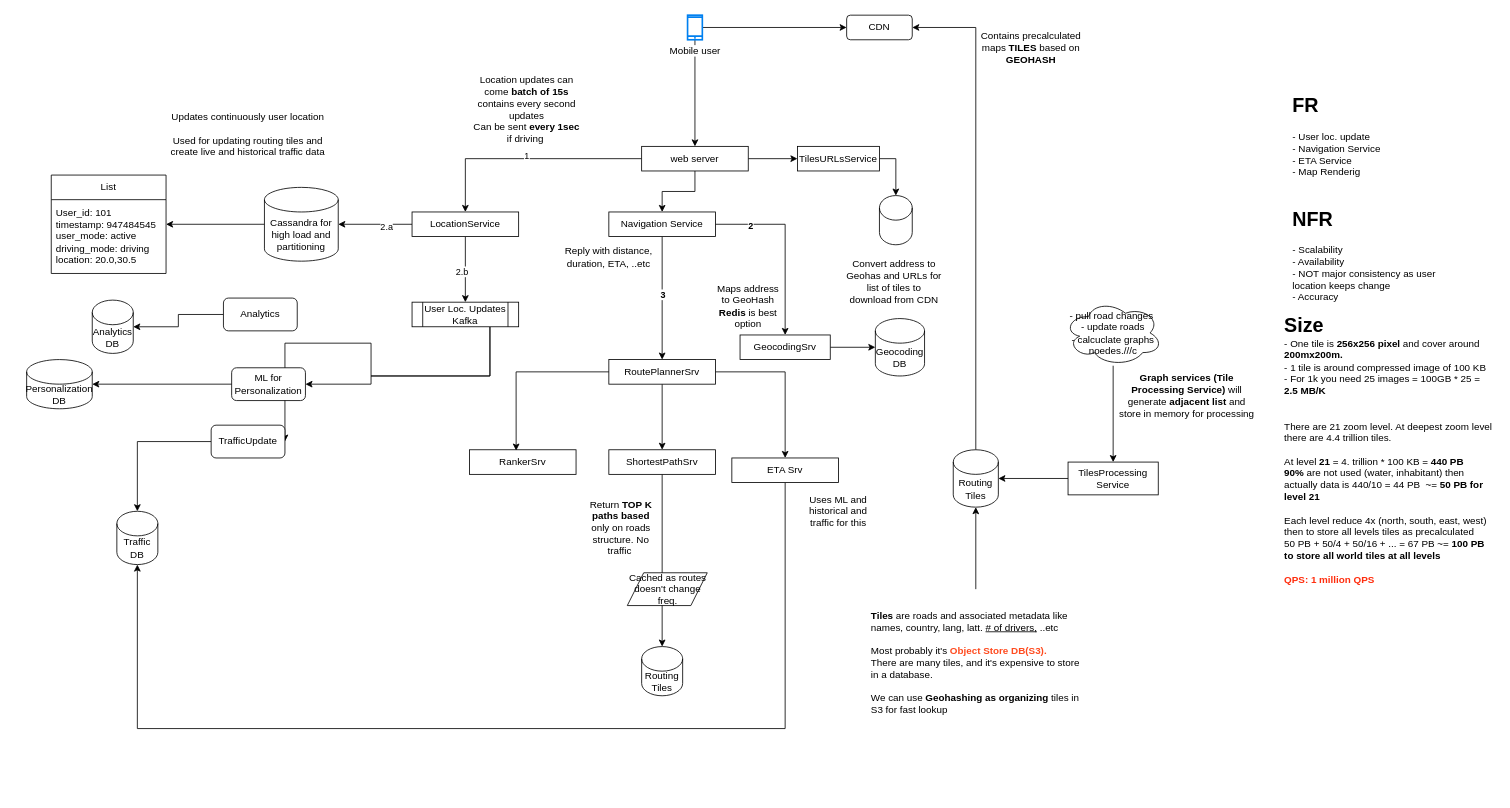
Above: GoogleMaps.drawio in aismail2008/systemdesign (draw.io), before the change. Source tidied: cells renumbered, new cells numbered last; positions are measured from the earlier drawing's top-left corner, leaving out a move shared by most shapes. Both pictures are drawn from the tidied source at 82%, with x=0, y=0 at pixel (26, 15).
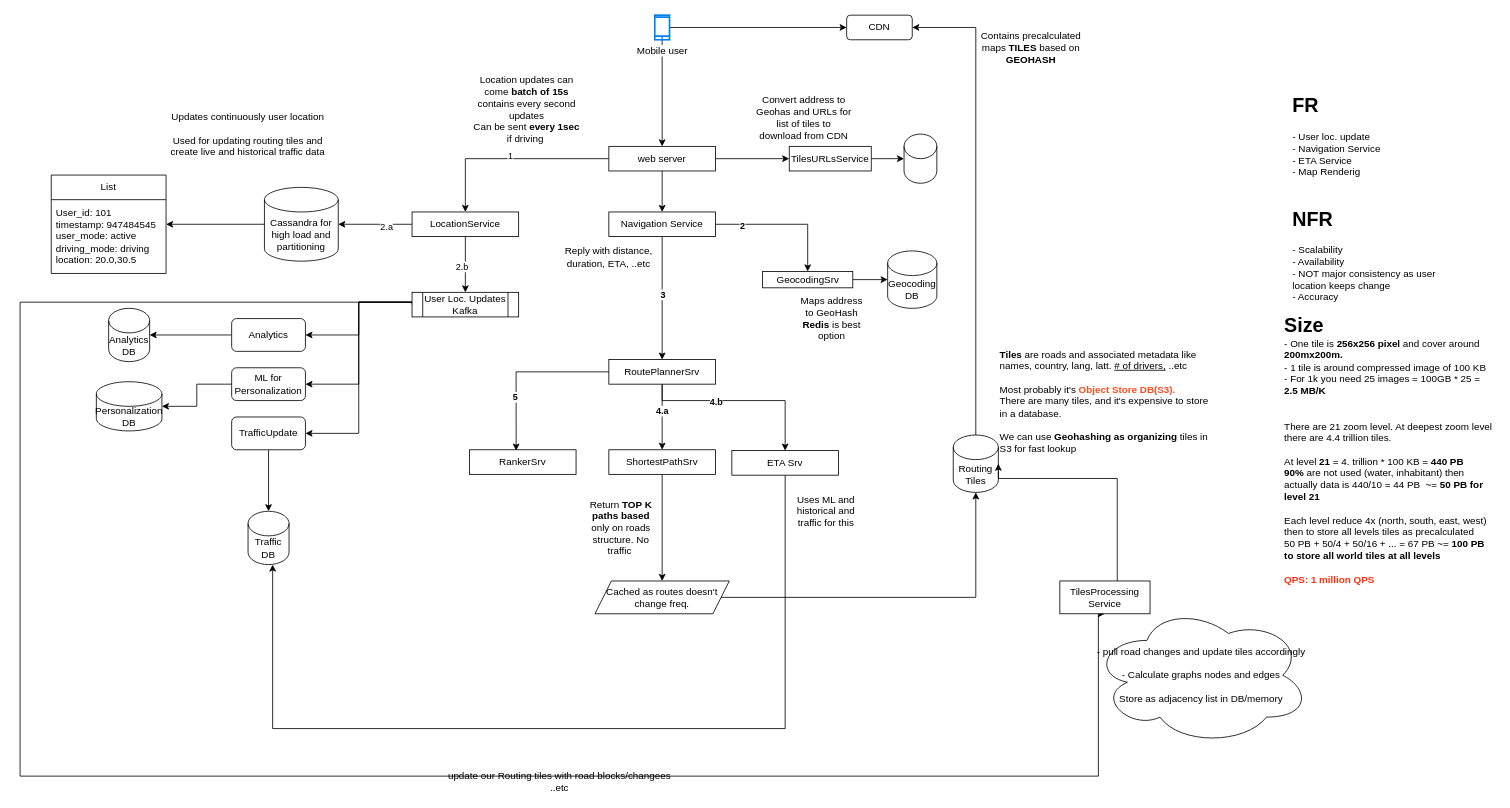
The same page after the edit.

The change refers to these unchanged cells:
```xml
<mxCell id="45" value="ML for Personalization" style="rounded=1;whiteSpace=wrap;html=1;" parent="1" vertex="1">
  <mxGeometry x="250" y="430" width="90" height="40" as="geometry" />
</mxCell>
<mxCell id="57" style="edgeStyle=orthogonalEdgeStyle;rounded=0;jettySize=auto;html=1;" parent="1" edge="1" source="59" target="62">
  <mxGeometry relative="1" as="geometry" />
</mxCell>
<mxCell id="59" value="RoutePlannerSrv" style="rounded=0;whiteSpace=wrap;html=1;" parent="1" vertex="1">
  <mxGeometry x="710" y="420" width="130" height="30" as="geometry" />
</mxCell>
<mxCell id="62" value="ShortestPathSrv" style="rounded=0;whiteSpace=wrap;html=1;" parent="1" vertex="1">
  <mxGeometry x="710" y="530" width="130" height="30" as="geometry" />
</mxCell>
<mxCell id="74" style="edgeStyle=orthogonalEdgeStyle;rounded=0;jettySize=auto;html=1;entryX=0.438;entryY=0.033;entryDx=0;entryDy=0;entryPerimeter=0;" parent="1" edge="1" source="59" target="60">
  <mxGeometry relative="1" as="geometry" />
</mxCell>
```

The edit, as a diff of the source:
```diff
@@
     <mxCell id="4" value="Mobile user" style="html=1;verticalLabelPosition=bottom;align=center;labelBackgroundColor=#ffffff;verticalAlign=top;strokeWidth=2;strokeColor=#0080F0;shadow=0;dashed=0;shape=mxgraph.ios7.icons.smartphone;" parent="1" vertex="1">
-      <mxGeometry x="806" width="18" height="30" as="geometry" />
+      <mxGeometry x="766" width="18" height="30" as="geometry" />
     </mxCell>
@@
     <mxCell id="11" value="web server" style="rounded=0;whiteSpace=wrap;html=1;" parent="1" vertex="1">
-      <mxGeometry x="750" y="160" width="130" height="30" as="geometry" />
+      <mxGeometry x="710" y="160" width="130" height="30" as="geometry" />
     </mxCell>
@@
     <mxCell id="26" value="Routing Tiles" style="shape=cylinder3;whiteSpace=wrap;html=1;boundedLbl=1;backgroundOutline=1;size=15;" parent="1" vertex="1">
-      <mxGeometry x="1130" y="530" width="55" height="70" as="geometry" />
+      <mxGeometry x="1130" y="512" width="55" height="70" as="geometry" />
     </mxCell>
     <mxCell id="27" value="Maps address to GeoHash&lt;br&gt;&lt;b&gt;Redis&lt;/b&gt; is best option" style="text;html=1;align=center;verticalAlign=middle;whiteSpace=wrap;rounded=0;" parent="1" vertex="1">
-      <mxGeometry x="840" y="340" width="80" height="30" as="geometry" />
+      <mxGeometry x="942" y="354.5" width="80" height="30" as="geometry" />
     </mxCell>
@@
     <mxCell id="29" value="&lt;div&gt;Convert address to Geohas and URLs for list of tiles to download from CDN&lt;/div&gt;" style="text;html=1;align=center;verticalAlign=middle;whiteSpace=wrap;rounded=0;" parent="1" vertex="1">
-      <mxGeometry x="997.5" y="310" width="120" height="30" as="geometry" />
+      <mxGeometry x="887.5" y="110" width="120" height="30" as="geometry" />
     </mxCell>
@@
     <mxCell id="33" value="TilesURLsService" style="rounded=0;whiteSpace=wrap;html=1;" parent="1" vertex="1">
-      <mxGeometry x="940" y="160" width="100" height="30" as="geometry" />
+      <mxGeometry x="930" y="160" width="100" height="30" as="geometry" />
     </mxCell>
     <mxCell id="34" value="&lt;b&gt;Tiles&lt;/b&gt; are roads and associated metadata like names, country, lang, latt. &lt;u&gt;# of drivers,&lt;/u&gt; ..etc&lt;br&gt;&lt;br&gt;Most probably it's&lt;font color=&quot;#ff4b1f&quot;&gt;&lt;b&gt; Object Store DB(S3). &lt;/b&gt;&lt;/font&gt;&lt;br&gt;There are many tiles, and it's expensive to store in a database.&lt;br&gt;&lt;br&gt;We can use &lt;b&gt;Geohashing as organizing&lt;/b&gt; tiles in S3 for fast lookup" style="text;html=1;align=left;verticalAlign=middle;whiteSpace=wrap;rounded=0;" parent="1" vertex="1">
-      <mxGeometry x="1027.5" y="700" width="260" height="180" as="geometry" />
+      <mxGeometry x="1185" y="381" width="260" height="180" as="geometry" />
     </mxCell>
-    <mxCell id="35" style="endArrow=classic;html=1;rounded=0;entryX=0.5;entryY=1;entryDx=0;entryDy=0;entryPerimeter=0;" parent="1" edge="1" source="34" target="26">
-      <mxGeometry relative="1" as="geometry" />
-    </mxCell>
@@
+    <mxCell id="75" style="edgeStyle=orthogonalEdgeStyle;rounded=0;jettySize=auto;html=1;entryX=1;entryY=0.5;entryDx=0;entryDy=0;" parent="1" edge="1" source="41" target="47">
+      <mxGeometry relative="1" as="geometry">
+        <Array as="points">
+          <mxPoint x="405" y="350" />
+          <mxPoint x="405" y="390" />
+        </Array>
+      </mxGeometry>
+    </mxCell>
+    <mxCell id="40" style="edgeStyle=orthogonalEdgeStyle;rounded=0;jettySize=auto;html=1;entryX=1;entryY=0.5;entryDx=0;entryDy=0;" parent="1" edge="1" source="41" target="45">
+      <mxGeometry relative="1" as="geometry">
+        <Array as="points">
+          <mxPoint x="405" y="350" />
+          <mxPoint x="405" y="450" />
+        </Array>
+      </mxGeometry>
+    </mxCell>
     <mxCell id="39" style="edgeStyle=orthogonalEdgeStyle;rounded=0;jettySize=auto;html=1;entryX=1;entryY=0.5;entryDx=0;entryDy=0;" parent="1" edge="1" source="41" target="44">
       <mxGeometry relative="1" as="geometry">
         <Array as="points">
-          <mxPoint x="565" y="440" />
-          <mxPoint x="420" y="440" />
-          <mxPoint x="420" y="400" />
+          <mxPoint x="405" y="350" />
+          <mxPoint x="405" y="510" />
         </Array>
       </mxGeometry>
     </mxCell>
-    <mxCell id="40" style="edgeStyle=orthogonalEdgeStyle;rounded=0;jettySize=auto;html=1;entryX=1;entryY=0.5;entryDx=0;entryDy=0;" parent="1" edge="1" source="41" target="45">
-      <mxGeometry relative="1" as="geometry">
-        <Array as="points">
-          <mxPoint x="565" y="440" />
-          <mxPoint x="420" y="440" />
-          <mxPoint x="420" y="450" />
-        </Array>
-      </mxGeometry>
-    </mxCell>
+    <mxCell id="76" style="edgeStyle=orthogonalEdgeStyle;rounded=0;jettySize=auto;html=1;entryX=0.5;entryY=1;entryDx=0;entryDy=0;exitX=0;exitY=0.5;exitDx=0;exitDy=0;" parent="1" edge="1" source="41" target="42">
+      <mxGeometry relative="1" as="geometry">
+        <Array as="points">
+          <mxPoint x="470" y="350" />
+          <mxPoint x="-8" y="350" />
+          <mxPoint x="-8" y="928" />
+          <mxPoint x="1307" y="928" />
+          <mxPoint x="1307" y="730" />
+        </Array>
+      </mxGeometry>
+    </mxCell>
     <mxCell id="41" value="User Loc. Updates&lt;br&gt;Kafka" style="shape=process;whiteSpace=wrap;html=1;backgroundOutline=1;" parent="1" vertex="1">
-      <mxGeometry x="470" y="350" width="130" height="30" as="geometry" />
+      <mxGeometry x="470" y="338" width="130" height="30" as="geometry" />
     </mxCell>
     <mxCell id="42" value="TilesProcessing&lt;br&gt;Service" style="rounded=0;whiteSpace=wrap;html=1;" parent="1" vertex="1">
-      <mxGeometry x="1270" y="545" width="110" height="40" as="geometry" />
+      <mxGeometry x="1260" y="690" width="110" height="40" as="geometry" />
     </mxCell>
@@
     <mxCell id="44" value="TrafficUpdate" style="rounded=1;whiteSpace=wrap;html=1;" parent="1" vertex="1">
-      <mxGeometry x="225" y="500" width="90" height="40" as="geometry" />
+      <mxGeometry x="250" y="490" width="90" height="40" as="geometry" />
     </mxCell>
@@
     <mxCell id="47" value="Analytics" style="rounded=1;whiteSpace=wrap;html=1;" parent="1" vertex="1">
-      <mxGeometry x="240" y="345" width="90" height="40" as="geometry" />
+      <mxGeometry x="250" y="370" width="90" height="40" as="geometry" />
     </mxCell>
     <mxCell id="48" value="Traffic DB" style="shape=cylinder3;whiteSpace=wrap;html=1;boundedLbl=1;backgroundOutline=1;size=15;" parent="1" vertex="1">
-      <mxGeometry x="110" y="605" width="50" height="65" as="geometry" />
+      <mxGeometry x="270" y="605" width="50" height="65" as="geometry" />
     </mxCell>
     <mxCell id="49" value="Personalization DB" style="shape=cylinder3;whiteSpace=wrap;html=1;boundedLbl=1;backgroundOutline=1;size=15;" parent="1" vertex="1">
-      <mxGeometry y="420" width="80" height="60" as="geometry" />
+      <mxGeometry x="85" y="447" width="80" height="60" as="geometry" />
     </mxCell>
     <mxCell id="50" value="Analytics DB" style="shape=cylinder3;whiteSpace=wrap;html=1;boundedLbl=1;backgroundOutline=1;size=15;" parent="1" vertex="1">
-      <mxGeometry x="80" y="347.5" width="50" height="65" as="geometry" />
+      <mxGeometry x="100" y="357.5" width="50" height="65" as="geometry" />
     </mxCell>
@@
-    <mxCell id="52" value="&lt;b style=&quot;text-align: left;&quot;&gt;Graph services (Tile Processing Service)&lt;/b&gt;&lt;span style=&quot;text-align: left;&quot;&gt;&amp;nbsp;will generate&amp;nbsp;&lt;/span&gt;&lt;b style=&quot;text-align: left;&quot;&gt;adjacent list&lt;/b&gt;&lt;span style=&quot;text-align: left;&quot;&gt;&amp;nbsp;and store in memory for processing&lt;/span&gt;" style="text;html=1;align=center;verticalAlign=middle;whiteSpace=wrap;rounded=0;" parent="1" vertex="1">
-      <mxGeometry x="1330" y="420" width="170" height="87" as="geometry" />
-    </mxCell>
     <mxCell id="53" style="shape=cylinder3;whiteSpace=wrap;html=1;boundedLbl=1;backgroundOutline=1;size=15;" parent="1" vertex="1">
-      <mxGeometry x="1040" y="220" width="40" height="60" as="geometry" />
+      <mxGeometry x="1070" y="145" width="40" height="60" as="geometry" />
     </mxCell>
     <mxCell id="54" value="Geocoding DB" style="shape=cylinder3;whiteSpace=wrap;html=1;boundedLbl=1;backgroundOutline=1;size=15;" parent="1" vertex="1">
-      <mxGeometry x="1035" y="370" width="60" height="70" as="geometry" />
+      <mxGeometry x="1050" y="287.5" width="60" height="70" as="geometry" />
     </mxCell>
@@
     <mxCell id="56" value="GeocodingSrv" style="rounded=0;whiteSpace=wrap;html=1;" parent="1" vertex="1">
-      <mxGeometry x="870" y="390" width="110" height="30" as="geometry" />
+      <mxGeometry x="897.5" y="312.5" width="110" height="20" as="geometry" />
     </mxCell>
@@
+    <mxCell id="77" value="4.a" style="edgeLabel;html=1;align=center;verticalAlign=middle;fontStyle=1;" parent="57" vertex="1">
+      <mxGeometry x="-0.2" y="-1" relative="1" as="geometry" />
+    </mxCell>
     <mxCell id="58" style="edgeStyle=orthogonalEdgeStyle;rounded=0;jettySize=auto;html=1;entryX=0.5;entryY=0;entryDx=0;entryDy=0;" parent="1" edge="1" source="59" target="64">
-      <mxGeometry relative="1" as="geometry" />
+      <mxGeometry relative="1" as="geometry">
+        <Array as="points">
+          <mxPoint x="775" y="470" />
+          <mxPoint x="925" y="470" />
+        </Array>
+      </mxGeometry>
     </mxCell>
+    <mxCell id="78" value="4.b" style="edgeLabel;html=1;align=center;verticalAlign=middle;fontStyle=1;" parent="58" vertex="1">
+      <mxGeometry x="0.48" relative="1" as="geometry">
+        <mxPoint x="-85" as="offset" />
+      </mxGeometry>
+    </mxCell>
@@
-    <mxCell id="61" style="edgeStyle=orthogonalEdgeStyle;rounded=0;jettySize=auto;html=1;" parent="1" edge="1" source="62" target="65">
-      <mxGeometry relative="1" as="geometry" />
-    </mxCell>
+    <mxCell id="79" style="edgeStyle=orthogonalEdgeStyle;rounded=0;jettySize=auto;html=1;entryX=0.5;entryY=0;entryDx=0;entryDy=0;" parent="1" edge="1" source="62" target="67">
+      <mxGeometry relative="1" as="geometry" />
+    </mxCell>
@@
     <mxCell id="63" style="edgeStyle=orthogonalEdgeStyle;rounded=0;jettySize=auto;html=1;" parent="1" edge="1" source="64" target="48">
       <mxGeometry relative="1" as="geometry">
         <Array as="points">
           <mxPoint x="925" y="870" />
-          <mxPoint x="135" y="870" />
+          <mxPoint x="300" y="870" />
         </Array>
       </mxGeometry>
     </mxCell>
     <mxCell id="64" value="ETA Srv" style="rounded=0;whiteSpace=wrap;html=1;" parent="1" vertex="1">
-      <mxGeometry x="860" y="540" width="130" height="30" as="geometry" />
+      <mxGeometry x="860" y="531" width="130" height="30" as="geometry" />
     </mxCell>
-    <mxCell id="65" value="Routing Tiles" style="shape=cylinder3;whiteSpace=wrap;html=1;boundedLbl=1;backgroundOutline=1;size=15;" parent="1" vertex="1">
-      <mxGeometry x="750" y="770" width="50" height="60" as="geometry" />
-    </mxCell>
@@
+    <mxCell id="80" style="edgeStyle=orthogonalEdgeStyle;rounded=0;jettySize=auto;html=1;entryX=0.5;entryY=1;entryDx=0;entryDy=0;entryPerimeter=0;" parent="1" edge="1" source="67" target="26">
+      <mxGeometry relative="1" as="geometry">
+        <Array as="points">
+          <mxPoint x="1158" y="710" />
+        </Array>
+      </mxGeometry>
+    </mxCell>
     <mxCell id="67" value="Cached as routes doesn't change freq." style="shape=parallelogram;perimeter=parallelogramPerimeter;whiteSpace=wrap;html=1;fixedSize=1;" parent="1" vertex="1">
-      <mxGeometry x="732.5" y="680" width="97.5" height="40" as="geometry" />
+      <mxGeometry x="693.1" y="690" width="163.8" height="40" as="geometry" />
     </mxCell>
     <mxCell id="68" value="Uses ML and historical and traffic for this" style="text;html=1;align=center;verticalAlign=middle;whiteSpace=wrap;rounded=0;" parent="1" vertex="1">
-      <mxGeometry x="945" y="570" width="90" height="70" as="geometry" />
+      <mxGeometry x="930" y="570" width="90" height="70" as="geometry" />
     </mxCell>
@@
     <mxCell id="71" style="edgeStyle=orthogonalEdgeStyle;rounded=0;jettySize=auto;html=1;entryX=1;entryY=0.5;entryDx=0;entryDy=0;entryPerimeter=0;" parent="1" edge="1" source="42" target="26">
-      <mxGeometry relative="1" as="geometry" />
+      <mxGeometry relative="1" as="geometry">
+        <Array as="points">
+          <mxPoint x="1330" y="565" />
+        </Array>
+      </mxGeometry>
     </mxCell>
-    <mxCell id="72" style="edgeStyle=orthogonalEdgeStyle;rounded=0;jettySize=auto;html=1;entryX=0.5;entryY=0;entryDx=0;entryDy=0;" parent="1" edge="1" source="73" target="42">
-      <mxGeometry relative="1" as="geometry" />
-    </mxCell>
-    <mxCell id="73" value="- pull road changes&amp;nbsp;&lt;br&gt;- update roads&lt;br&gt;- calcuclate graphs noedes.///c" style="ellipse;shape=cloud;whiteSpace=wrap;html=1;" parent="1" vertex="1">
-      <mxGeometry x="1265" y="347.5" width="120" height="80" as="geometry" />
+    <mxCell id="73" value="- pull road changes and update tiles accordingly&lt;br&gt;&lt;br&gt;- Calculate graphs nodes and edges&lt;br&gt;&lt;br&gt;Store as adjacency list in DB/memory" style="ellipse;shape=cloud;whiteSpace=wrap;html=1;" parent="1" vertex="1">
+      <mxGeometry x="1300" y="720" width="265" height="170" as="geometry" />
     </mxCell>
@@
+    <mxCell id="81" style="edgeLabel;html=1;align=center;verticalAlign=middle;" parent="74" vertex="1">
+      <mxGeometry x="0.46" y="-4" relative="1" as="geometry" />
+    </mxCell>
+    <mxCell id="82" value="&lt;b&gt;5&lt;/b&gt;" style="edgeLabel;html=1;align=center;verticalAlign=middle;" parent="74" vertex="1">
+      <mxGeometry x="0.38" y="-1" relative="1" as="geometry" />
+    </mxCell>
+    <mxCell id="83" value="update our Routing tiles with road blocks/changees ..etc" style="text;html=1;whiteSpace=wrap;strokeColor=none;fillColor=none;align=center;verticalAlign=middle;rounded=0;" parent="1" vertex="1">
+      <mxGeometry x="510" y="920" width="280" height="30" as="geometry" />
+    </mxCell>
```
